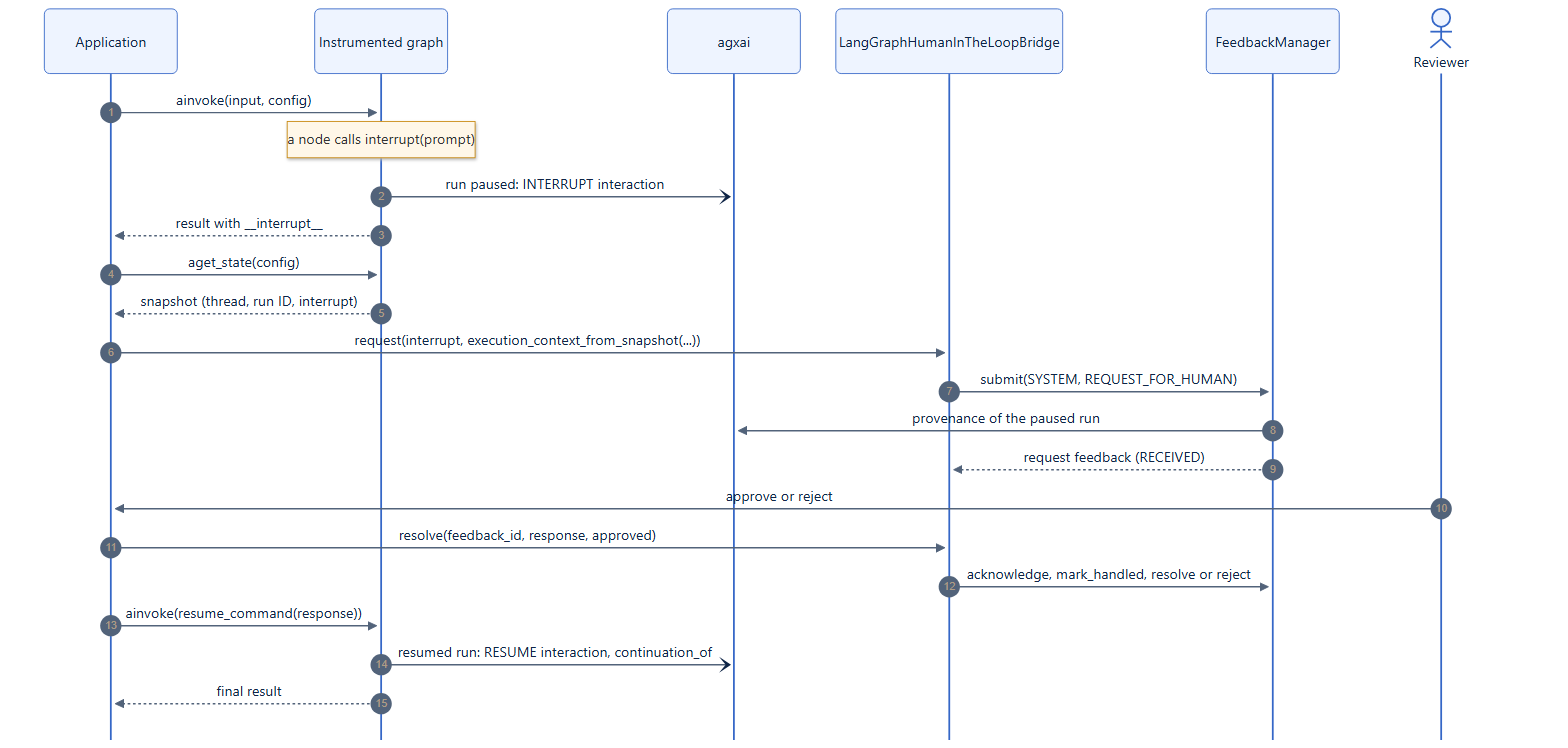
This is docs/assets/diagrams/hitl-sequence.png from smuniharish/feedback-manager, a Mermaid export, as it was before one commit. Its source is kept beside it as diagrams/hitl-sequence.mmd.
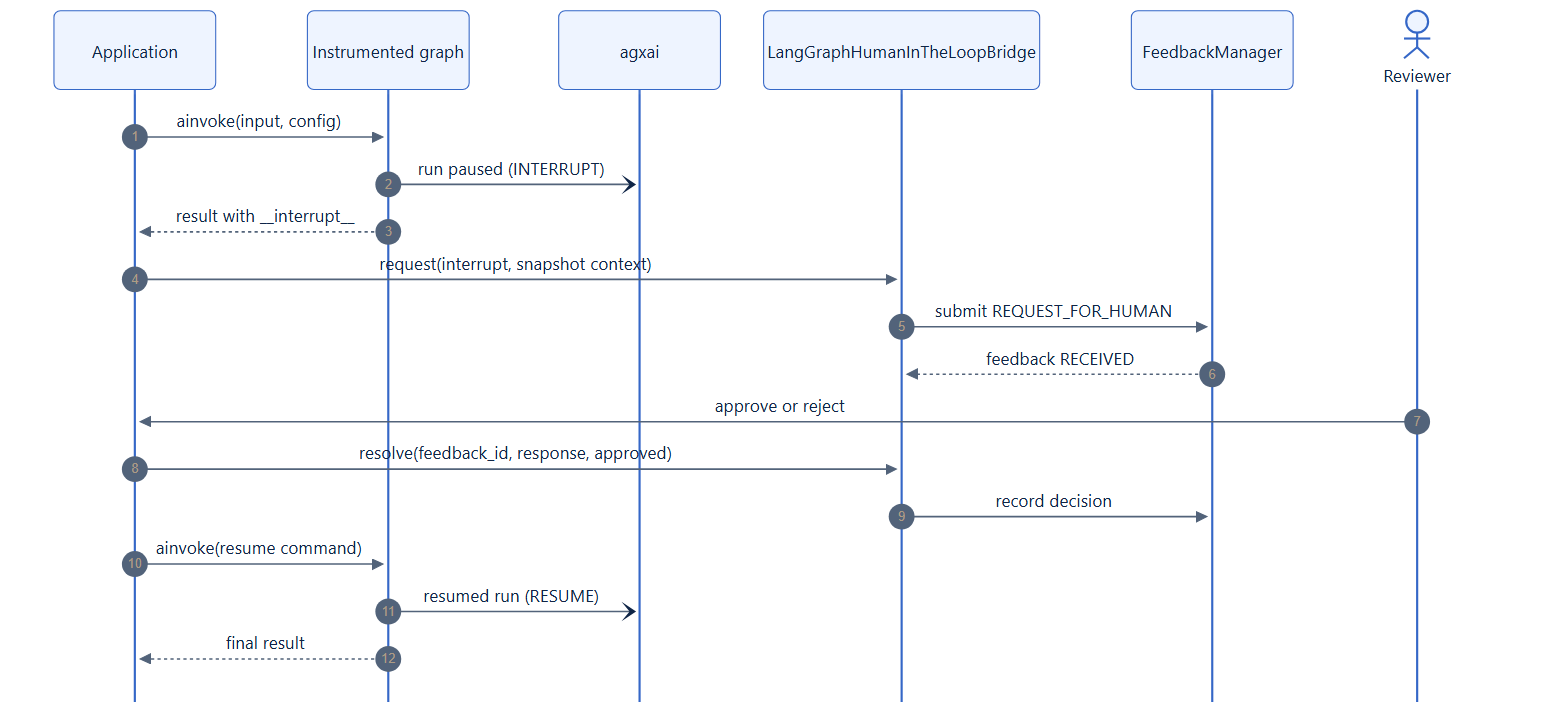
Above is the later version.

Commit message:
Rewrite HITL example on middleware, inline Postgres rules, simplify diagrams

The edit, as a diff of the source:
```diff
@@ -8,18 +8,14 @@
     actor Rev as Reviewer
 
     App->>G: ainvoke(input, config)
-    Note over G: a node calls interrupt(prompt)
-    G-)X: run paused: INTERRUPT interaction
+    G-)X: run paused (INTERRUPT)
     G-->>App: result with __interrupt__
-    App->>G: aget_state(config)
-    G-->>App: snapshot (thread, run ID, interrupt)
-    App->>B: request(interrupt, execution_context_from_snapshot(...))
-    B->>M: submit(SYSTEM, REQUEST_FOR_HUMAN)
-    M->>X: provenance of the paused run
-    M-->>B: request feedback (RECEIVED)
+    App->>B: request(interrupt, snapshot context)
+    B->>M: submit REQUEST_FOR_HUMAN
+    M-->>B: feedback RECEIVED
     Rev->>App: approve or reject
     App->>B: resolve(feedback_id, response, approved)
-    B->>M: acknowledge, mark_handled, resolve or reject
-    App->>G: ainvoke(resume_command(response))
-    G-)X: resumed run: RESUME interaction, continuation_of
+    B->>M: record decision
+    App->>G: ainvoke(resume command)
+    G-)X: resumed run (RESUME)
     G-->>App: final result
```
